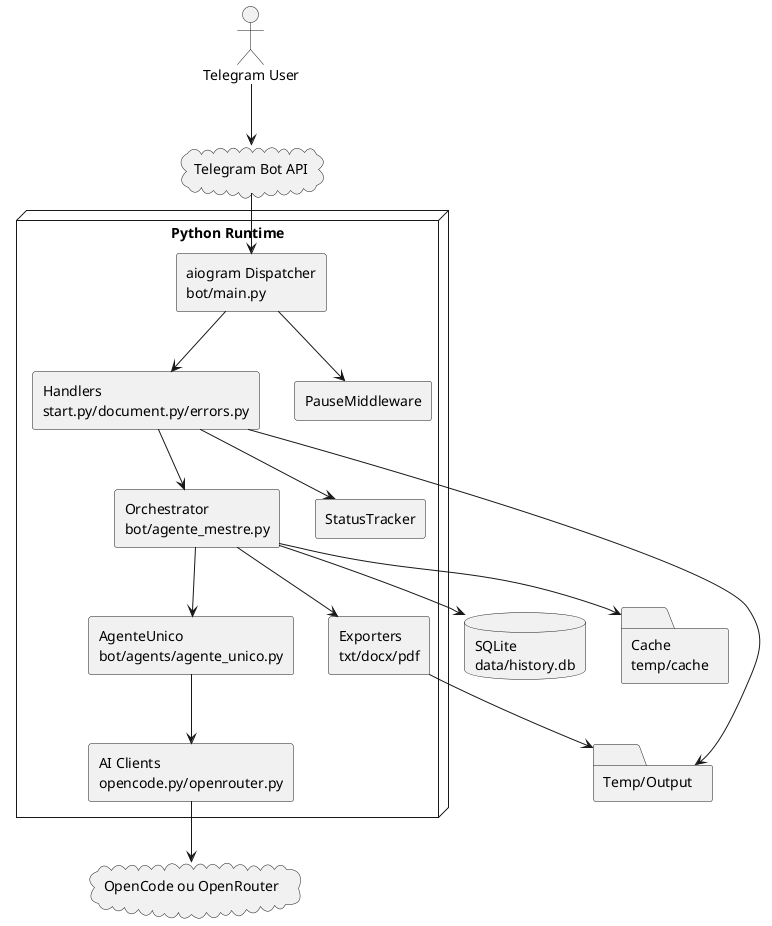
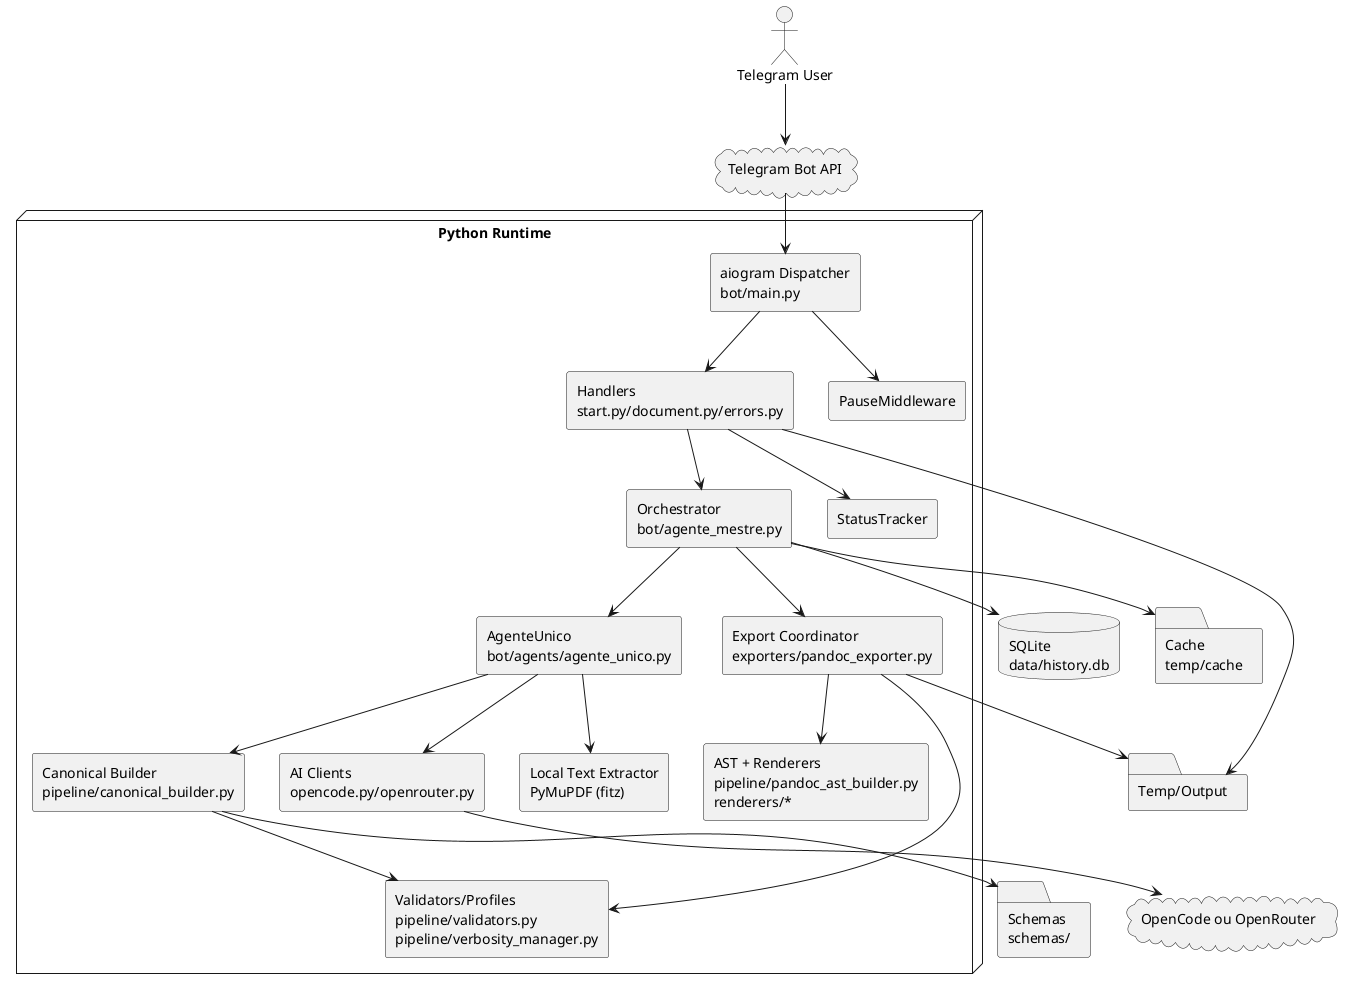
- @startuml
+ @startuml architecture
skinparam componentStyle rectangle
skinparam shadowing false

actor "Telegram User" as User

node "Python Runtime" {
  component "aiogram Dispatcher\nbot/main.py" as Main
  component "Handlers\nstart.py/document.py/errors.py" as Handlers
  component "PauseMiddleware" as Middleware
  component "Orchestrator\nbot/agente_mestre.py" as Master
  component "AgenteUnico\nbot/agents/agente_unico.py" as Agent
+   component "Local Text Extractor\nPyMuPDF (fitz)" as LocalExtract
  component "AI Clients\nopencode.py/openrouter.py" as Clients
-   component "Exporters\ntxt/docx/pdf" as Exporters
+   component "Canonical Builder\npipeline/canonical_builder.py" as Builder
+   component "Validators/Profiles\npipeline/validators.py\npipeline/verbosity_manager.py" as PipeChecks
+   component "AST + Renderers\npipeline/pandoc_ast_builder.py\nrenderers/*" as Renderers
+   component "Export Coordinator\nexporters/pandoc_exporter.py" as Exporters
  component "StatusTracker" as Tracker
}

database "SQLite\ndata/history.db" as DB
folder "Cache\ntemp/cache" as Cache
folder "Temp/Output" as Temp
+ folder "Schemas\nschemas/" as Schemas
cloud "OpenCode ou OpenRouter" as AI
cloud "Telegram Bot API" as Telegram

User --> Telegram
Telegram --> Main
Main --> Middleware
Main --> Handlers
Handlers --> Tracker
Handlers --> Master
Master --> Agent
Master --> DB
Master --> Cache
Agent --> Clients
+ Agent --> LocalExtract
+ Agent --> Builder
+ Builder --> Schemas
+ Builder --> PipeChecks
+ Exporters --> PipeChecks
+ Exporters --> Renderers
Clients --> AI
Master --> Exporters
Exporters --> Temp
Handlers --> Temp

@enduml
